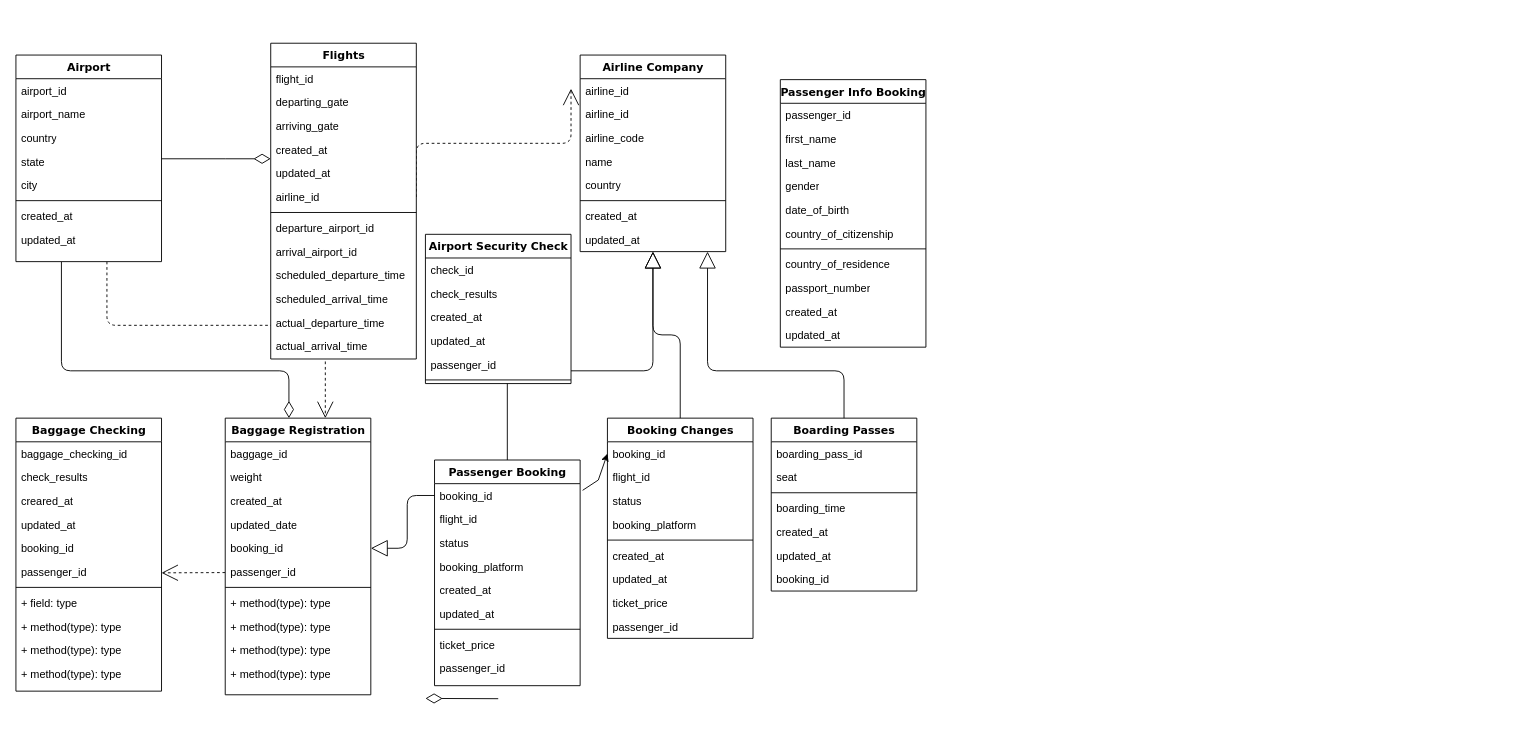
AnyokaCS/DBMS keeps this draw.io diagram as Assignment1-DBMS.drawio. Above is the earlier version. Source tidied: cells renumbered, new cells numbered last; positions are measured from the earlier drawing's top-left corner, leaving out a move shared by most shapes. Both pictures are drawn from the tidied source at 91%, with x=0, y=0 at pixel (15, 43).
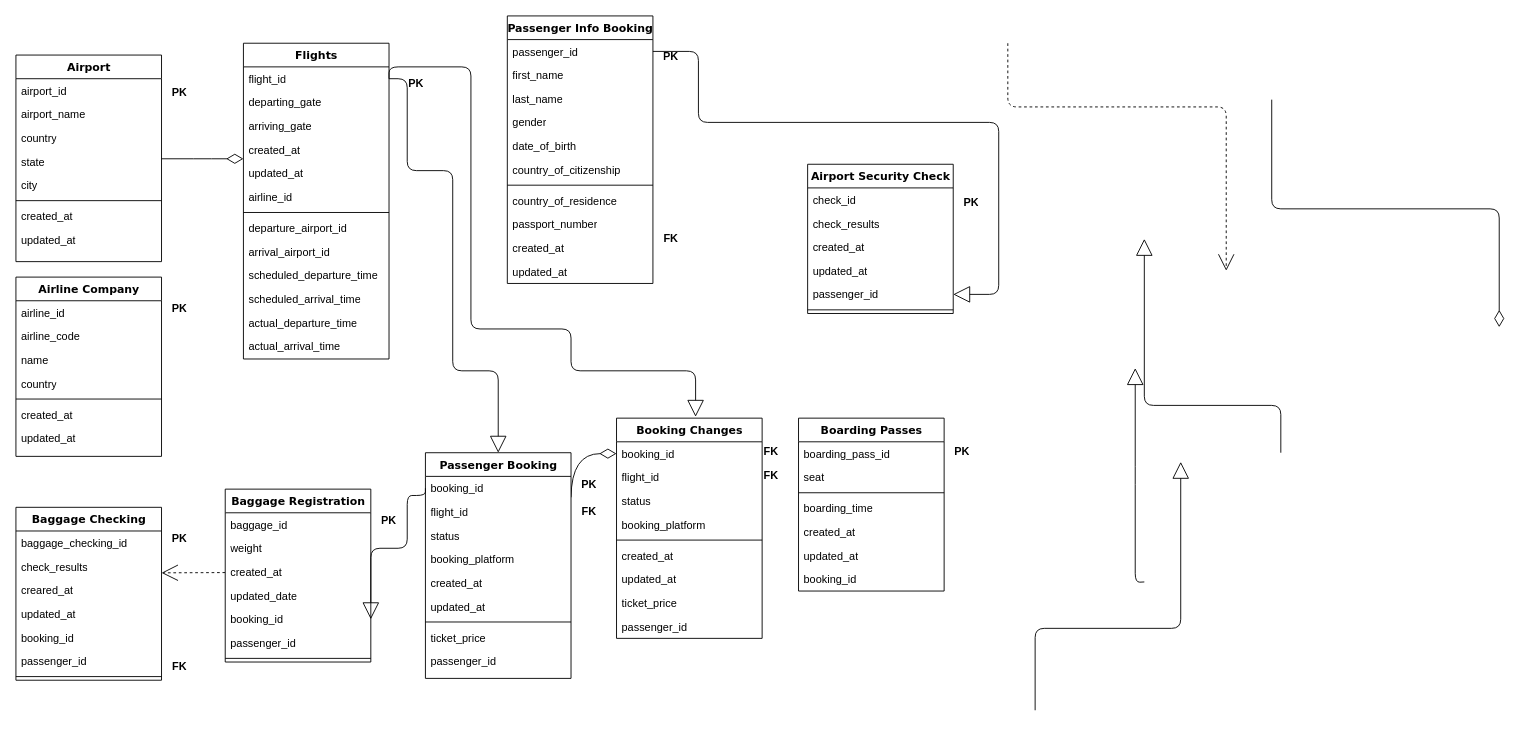
After the change.

Unchanged cells that the change refers to:
```xml
<mxCell id="4" value="Airport" style="swimlane;html=1;fontStyle=1;align=center;verticalAlign=top;horizontal=1;startSize=26;swimlaneFillColor=#ffffff;rounded=0;shadow=0;comic=0;labelBackgroundColor=none;strokeWidth=1;fillColor=none;fontFamily=Verdana;fontSize=12;" parent="1" vertex="1">
  <mxGeometry y="13" width="160" height="227" as="geometry" />
</mxCell>
<mxCell id="15" value="flight_id" style="text;html=1;strokeColor=none;fillColor=none;align=left;verticalAlign=top;spacingLeft=4;spacingRight=4;whiteSpace=wrap;overflow=hidden;points=[[0,0.5],[1,0.5]];portConstraint=eastwest;labelBackgroundColor=none;" parent="14" vertex="1">
  <mxGeometry y="26" width="160" height="26" as="geometry" />
</mxCell>
<mxCell id="20" value="airline_id" style="text;html=1;strokeColor=none;fillColor=none;align=left;verticalAlign=top;spacingLeft=4;spacingRight=4;whiteSpace=wrap;overflow=hidden;points=[[0,0.5],[1,0.5]];portConstraint=eastwest;labelBackgroundColor=none;" parent="14" vertex="1">
  <mxGeometry y="156" width="160" height="26" as="geometry" />
</mxCell>
<mxCell id="65" value="booking_id" style="text;html=1;strokeColor=none;fillColor=none;align=left;verticalAlign=top;spacingLeft=4;spacingRight=4;whiteSpace=wrap;overflow=hidden;points=[[0,0.5],[1,0.5]];portConstraint=eastwest;labelBackgroundColor=none;" parent="64" vertex="1">
  <mxGeometry y="26" width="160" height="26" as="geometry" />
</mxCell>
<mxCell id="76" value="booking_id" style="text;html=1;strokeColor=none;fillColor=none;align=left;verticalAlign=top;spacingLeft=4;spacingRight=4;whiteSpace=wrap;overflow=hidden;points=[[0,0.5],[1,0.5]];portConstraint=eastwest;labelBackgroundColor=none;" parent="75" vertex="1">
  <mxGeometry y="26" width="160" height="26" as="geometry" />
</mxCell>
<mxCell id="96" value="passenger_id" style="text;html=1;strokeColor=none;fillColor=none;align=left;verticalAlign=top;spacingLeft=4;spacingRight=4;whiteSpace=wrap;overflow=hidden;points=[[0,0.5],[1,0.5]];portConstraint=eastwest;labelBackgroundColor=none;" parent="95" vertex="1">
  <mxGeometry y="26" width="160" height="26" as="geometry" />
</mxCell>
<mxCell id="112" value="passenger_id" style="text;html=1;strokeColor=none;fillColor=none;align=left;verticalAlign=top;spacingLeft=4;spacingRight=4;whiteSpace=wrap;overflow=hidden;points=[[0,0.5],[1,0.5]];portConstraint=eastwest;labelBackgroundColor=none;" parent="107" vertex="1">
  <mxGeometry y="130" width="160" height="26" as="geometry" />
</mxCell>
```

What changed in the source:
```diff
@@
-    <mxCell id="2" style="edgeStyle=orthogonalEdgeStyle;html=1;labelBackgroundColor=none;startFill=0;startSize=8;endArrow=open;endFill=0;endSize=16;fontFamily=Verdana;fontSize=12;dashed=1;fontColor=default;" parent="1" edge="1" source="4" target="51">
+    <mxCell id="2" style="edgeStyle=orthogonalEdgeStyle;html=1;labelBackgroundColor=none;startFill=0;startSize=8;endArrow=open;endFill=0;endSize=16;fontFamily=Verdana;fontSize=12;dashed=1;fontColor=default;" parent="1" edge="1">
       <mxGeometry relative="1" as="geometry">
+        <mxPoint x="1090" as="sourcePoint" />
+        <mxPoint x="1330" y="250" as="targetPoint" />
         <Array as="points">
-          <mxPoint x="100" y="310" />
-          <mxPoint x="340" y="310" />
+          <mxPoint x="1090" y="70" />
+          <mxPoint x="1330" y="70" />
         </Array>
       </mxGeometry>
     </mxCell>
-    <mxCell id="3" style="edgeStyle=orthogonalEdgeStyle;html=1;labelBackgroundColor=none;startFill=0;startSize=8;endArrow=diamondThin;endFill=0;endSize=16;fontFamily=Verdana;fontSize=12;fontColor=default;" parent="1" edge="1" source="4" target="51">
+    <mxCell id="3" style="edgeStyle=orthogonalEdgeStyle;html=1;labelBackgroundColor=none;startFill=0;startSize=8;endArrow=diamondThin;endFill=0;endSize=16;fontFamily=Verdana;fontSize=12;fontColor=default;" parent="1" edge="1">
       <mxGeometry relative="1" as="geometry">
+        <mxPoint x="1380" y="62" as="sourcePoint" />
+        <mxPoint x="1630" y="312" as="targetPoint" />
         <Array as="points">
-          <mxPoint x="50" y="360" />
-          <mxPoint x="300" y="360" />
+          <mxPoint x="1379.9" y="182" />
+          <mxPoint x="1629.9" y="182" />
         </Array>
       </mxGeometry>
     </mxCell>
@@
-    <mxCell id="13" style="edgeStyle=elbowEdgeStyle;html=1;labelBackgroundColor=none;startFill=0;startSize=8;endArrow=open;endFill=0;endSize=16;fontFamily=Verdana;fontSize=12;elbow=vertical;dashed=1;fontColor=default;exitX=1;exitY=0.5;exitDx=0;exitDy=0;" parent="1" edge="1" source="20">
-      <mxGeometry relative="1" as="geometry">
-        <mxPoint x="610" y="50" as="targetPoint" />
-        <Array as="points">
-          <mxPoint x="530" y="110" />
-        </Array>
-      </mxGeometry>
-    </mxCell>
     <mxCell id="14" value="Flights" style="swimlane;html=1;fontStyle=1;align=center;verticalAlign=top;horizontal=1;startSize=26;swimlaneFillColor=#ffffff;rounded=0;shadow=0;comic=0;labelBackgroundColor=none;strokeWidth=1;fillColor=none;fontFamily=Verdana;fontSize=12;" parent="1" vertex="1">
-      <mxGeometry x="280" width="160" height="347" as="geometry" />
+      <mxGeometry x="250" width="160" height="347" as="geometry" />
     </mxCell>
@@
     <mxCell id="28" value="Airline Company" style="swimlane;html=1;fontStyle=1;align=center;verticalAlign=top;horizontal=1;startSize=26;swimlaneFillColor=#ffffff;rounded=0;shadow=0;comic=0;labelBackgroundColor=none;strokeWidth=1;fillColor=none;fontFamily=Verdana;fontSize=12;" parent="1" vertex="1">
-      <mxGeometry x="620" y="13" width="160" height="216" as="geometry" />
+      <mxGeometry y="257" width="160" height="197" as="geometry" />
     </mxCell>
@@
-    <mxCell id="30" value="airline_id" style="text;html=1;strokeColor=none;fillColor=none;align=left;verticalAlign=top;spacingLeft=4;spacingRight=4;whiteSpace=wrap;overflow=hidden;labelBackgroundColor=none;" parent="28" vertex="1">
-      <mxGeometry y="52" width="160" height="26" as="geometry" />
-    </mxCell>
     <mxCell id="31" value="airline_code" style="text;html=1;strokeColor=none;fillColor=none;align=left;verticalAlign=top;spacingLeft=4;spacingRight=4;whiteSpace=wrap;overflow=hidden;labelBackgroundColor=none;" parent="28" vertex="1">
-      <mxGeometry y="78" width="160" height="26" as="geometry" />
+      <mxGeometry y="52" width="160" height="26" as="geometry" />
     </mxCell>
     <mxCell id="32" value="name" style="text;html=1;strokeColor=none;fillColor=none;align=left;verticalAlign=top;spacingLeft=4;spacingRight=4;whiteSpace=wrap;overflow=hidden;labelBackgroundColor=none;" parent="28" vertex="1">
-      <mxGeometry y="104" width="160" height="26" as="geometry" />
+      <mxGeometry y="78" width="160" height="26" as="geometry" />
     </mxCell>
     <mxCell id="33" value="country" style="text;html=1;strokeColor=none;fillColor=none;align=left;verticalAlign=top;spacingLeft=4;spacingRight=4;whiteSpace=wrap;overflow=hidden;labelBackgroundColor=none;" parent="28" vertex="1">
-      <mxGeometry y="130" width="160" height="26" as="geometry" />
+      <mxGeometry y="104" width="160" height="26" as="geometry" />
     </mxCell>
     <mxCell id="34" style="line;html=1;strokeWidth=1;fillColor=none;align=left;verticalAlign=middle;spacingTop=-1;spacingLeft=3;spacingRight=3;labelPosition=right;labelBackgroundColor=none;" parent="28" vertex="1">
-      <mxGeometry y="156" width="160" height="8" as="geometry" />
+      <mxGeometry y="130" width="160" height="8" as="geometry" />
     </mxCell>
     <mxCell id="35" value="created_at" style="text;html=1;strokeColor=none;fillColor=none;align=left;verticalAlign=top;spacingLeft=4;spacingRight=4;whiteSpace=wrap;overflow=hidden;labelBackgroundColor=none;" parent="28" vertex="1">
-      <mxGeometry y="164" width="160" height="26" as="geometry" />
+      <mxGeometry y="138" width="160" height="26" as="geometry" />
     </mxCell>
     <mxCell id="36" value="updated_at" style="text;html=1;strokeColor=none;fillColor=none;align=left;verticalAlign=top;spacingLeft=4;spacingRight=4;whiteSpace=wrap;overflow=hidden;labelBackgroundColor=none;" parent="28" vertex="1">
-      <mxGeometry y="190" width="160" height="26" as="geometry" />
+      <mxGeometry y="164" width="160" height="26" as="geometry" />
     </mxCell>
@@
     <mxCell id="38" value="Baggage Checking" style="swimlane;html=1;fontStyle=1;align=center;verticalAlign=top;horizontal=1;startSize=26;swimlaneFillColor=#ffffff;rounded=0;shadow=0;comic=0;labelBackgroundColor=none;strokeWidth=1;fillColor=none;fontFamily=Verdana;fontSize=12;" parent="1" vertex="1">
-      <mxGeometry y="412" width="160" height="300" as="geometry" />
+      <mxGeometry y="510" width="160" height="190" as="geometry" />
     </mxCell>
@@
-    <mxCell id="46" value="+ field: type" style="text;html=1;strokeColor=none;fillColor=none;align=left;verticalAlign=top;spacingLeft=4;spacingRight=4;whiteSpace=wrap;overflow=hidden;labelBackgroundColor=none;" parent="38" vertex="1">
-      <mxGeometry y="190" width="160" height="26" as="geometry" />
-    </mxCell>
-    <mxCell id="47" value="+ method(type): type" style="text;html=1;strokeColor=none;fillColor=none;align=left;verticalAlign=top;spacingLeft=4;spacingRight=4;whiteSpace=wrap;overflow=hidden;labelBackgroundColor=none;" parent="38" vertex="1">
-      <mxGeometry y="216" width="160" height="26" as="geometry" />
-    </mxCell>
-    <mxCell id="48" value="+ method(type): type" style="text;html=1;strokeColor=none;fillColor=none;align=left;verticalAlign=top;spacingLeft=4;spacingRight=4;whiteSpace=wrap;overflow=hidden;labelBackgroundColor=none;" parent="38" vertex="1">
-      <mxGeometry y="242" width="160" height="26" as="geometry" />
-    </mxCell>
-    <mxCell id="49" value="+ method(type): type" style="text;html=1;strokeColor=none;fillColor=none;align=left;verticalAlign=top;spacingLeft=4;spacingRight=4;whiteSpace=wrap;overflow=hidden;labelBackgroundColor=none;" parent="38" vertex="1">
-      <mxGeometry y="268" width="160" height="26" as="geometry" />
-    </mxCell>
-    <mxCell id="50" style="edgeStyle=elbowEdgeStyle;html=1;labelBackgroundColor=none;startFill=0;startSize=8;endArrow=diamondThin;endFill=0;endSize=16;fontFamily=Verdana;fontSize=12;elbow=vertical;fontColor=default;entryX=1;entryY=0.5;entryDx=0;entryDy=0;" parent="1" edge="1">
+    <mxCell id="50" style="html=1;labelBackgroundColor=none;startFill=0;startSize=8;endArrow=diamondThin;endFill=0;endSize=16;fontFamily=Verdana;fontSize=12;elbow=vertical;fontColor=default;entryX=0;entryY=0.5;entryDx=0;entryDy=0;edgeStyle=orthogonalEdgeStyle;curved=1;" parent="1" edge="1" target="76">
       <mxGeometry relative="1" as="geometry">
-        <mxPoint x="530" y="720.3" as="sourcePoint" />
-        <mxPoint x="450" y="720" as="targetPoint" />
+        <mxPoint x="610" y="499" as="sourcePoint" />
       </mxGeometry>
     </mxCell>
     <mxCell id="51" value="Baggage Registration" style="swimlane;html=1;fontStyle=1;align=center;verticalAlign=top;horizontal=1;startSize=26;swimlaneFillColor=#ffffff;rounded=0;shadow=0;comic=0;labelBackgroundColor=none;strokeWidth=1;fillColor=none;fontFamily=Verdana;fontSize=12;" parent="1" vertex="1">
-      <mxGeometry x="230" y="412" width="160" height="304" as="geometry" />
+      <mxGeometry x="230" y="490" width="160" height="190" as="geometry" />
     </mxCell>
@@
-    <mxCell id="59" value="+ method(type): type" style="text;html=1;strokeColor=none;fillColor=none;align=left;verticalAlign=top;spacingLeft=4;spacingRight=4;whiteSpace=wrap;overflow=hidden;labelBackgroundColor=none;" parent="51" vertex="1">
-      <mxGeometry y="190" width="160" height="26" as="geometry" />
-    </mxCell>
-    <mxCell id="60" value="+ method(type): type" style="text;html=1;strokeColor=none;fillColor=none;align=left;verticalAlign=top;spacingLeft=4;spacingRight=4;whiteSpace=wrap;overflow=hidden;labelBackgroundColor=none;" parent="51" vertex="1">
-      <mxGeometry y="216" width="160" height="26" as="geometry" />
-    </mxCell>
-    <mxCell id="61" value="+ method(type): type" style="text;html=1;strokeColor=none;fillColor=none;align=left;verticalAlign=top;spacingLeft=4;spacingRight=4;whiteSpace=wrap;overflow=hidden;labelBackgroundColor=none;" parent="51" vertex="1">
-      <mxGeometry y="242" width="160" height="26" as="geometry" />
-    </mxCell>
-    <mxCell id="62" value="+ method(type): type" style="text;html=1;strokeColor=none;fillColor=none;align=left;verticalAlign=top;spacingLeft=4;spacingRight=4;whiteSpace=wrap;overflow=hidden;labelBackgroundColor=none;" parent="51" vertex="1">
-      <mxGeometry y="268" width="160" height="26" as="geometry" />
-    </mxCell>
-    <mxCell id="63" style="edgeStyle=orthogonalEdgeStyle;html=1;labelBackgroundColor=none;startFill=0;startSize=8;endArrow=block;endFill=0;endSize=16;fontFamily=Verdana;fontSize=12;fontColor=default;" parent="1" edge="1" source="64" target="28">
+    <mxCell id="63" style="edgeStyle=orthogonalEdgeStyle;html=1;labelBackgroundColor=none;startFill=0;startSize=8;endArrow=block;endFill=0;endSize=16;fontFamily=Verdana;fontSize=12;fontColor=default;" parent="1" edge="1">
       <mxGeometry relative="1" as="geometry">
+        <mxPoint x="1120" y="733" as="sourcePoint" />
+        <mxPoint x="1280" y="460" as="targetPoint" />
         <Array as="points">
-          <mxPoint x="540" y="360" />
-          <mxPoint x="700" y="360" />
+          <mxPoint x="1120" y="643" />
+          <mxPoint x="1280" y="643" />
         </Array>
       </mxGeometry>
     </mxCell>
     <mxCell id="64" value="Passenger Booking" style="swimlane;html=1;fontStyle=1;align=center;verticalAlign=top;horizontal=1;startSize=26;swimlaneFillColor=#ffffff;rounded=0;shadow=0;comic=0;labelBackgroundColor=none;strokeWidth=1;fillColor=none;fontFamily=Verdana;fontSize=12;" parent="1" vertex="1">
-      <mxGeometry x="460" y="458" width="160" height="248" as="geometry" />
+      <mxGeometry x="450" y="450" width="160" height="248" as="geometry" />
     </mxCell>
@@
-    <mxCell id="74" style="edgeStyle=orthogonalEdgeStyle;html=1;labelBackgroundColor=none;startFill=0;startSize=8;endArrow=block;endFill=0;endSize=16;fontFamily=Verdana;fontSize=12;fontColor=default;" parent="1" edge="1" source="75" target="28">
-      <mxGeometry relative="1" as="geometry" />
+    <mxCell id="74" style="edgeStyle=orthogonalEdgeStyle;html=1;labelBackgroundColor=none;startFill=0;startSize=8;endArrow=block;endFill=0;endSize=16;fontFamily=Verdana;fontSize=12;fontColor=default;exitX=1;exitY=0.5;exitDx=0;exitDy=0;entryX=0.5;entryY=0;entryDx=0;entryDy=0;" parent="1" edge="1" source="15" target="64">
+      <mxGeometry relative="1" as="geometry">
+        <Array as="points">
+          <mxPoint x="430" y="39" />
+          <mxPoint x="430" y="140" />
+          <mxPoint x="480" y="140" />
+          <mxPoint x="480" y="360" />
+          <mxPoint x="530" y="360" />
+        </Array>
+      </mxGeometry>
     </mxCell>
     <mxCell id="75" value="Booking Changes" style="swimlane;html=1;fontStyle=1;align=center;verticalAlign=top;horizontal=1;startSize=26;swimlaneFillColor=#ffffff;rounded=0;shadow=0;comic=0;labelBackgroundColor=none;strokeWidth=1;fillColor=none;fontFamily=Verdana;fontSize=12;" parent="1" vertex="1">
-      <mxGeometry x="650" y="412" width="160" height="242" as="geometry" />
+      <mxGeometry x="660" y="412" width="160" height="242" as="geometry" />
     </mxCell>
@@
-    <mxCell id="85" style="edgeStyle=orthogonalEdgeStyle;html=1;labelBackgroundColor=none;startFill=0;startSize=8;endArrow=block;endFill=0;endSize=16;fontFamily=Verdana;fontSize=12;fontColor=default;" parent="1" edge="1" source="86" target="28">
+    <mxCell id="85" style="edgeStyle=orthogonalEdgeStyle;html=1;labelBackgroundColor=none;startFill=0;startSize=8;endArrow=block;endFill=0;endSize=16;fontFamily=Verdana;fontSize=12;fontColor=default;" parent="1" edge="1">
       <mxGeometry relative="1" as="geometry">
+        <mxPoint x="1390" y="450" as="sourcePoint" />
+        <mxPoint x="1240" y="215" as="targetPoint" />
         <Array as="points">
-          <mxPoint x="910" y="360" />
-          <mxPoint x="760" y="360" />
+          <mxPoint x="1390" y="398" />
+          <mxPoint x="1240" y="398" />
         </Array>
       </mxGeometry>
     </mxCell>
     <mxCell id="86" value="Boarding Passes" style="swimlane;html=1;fontStyle=1;align=center;verticalAlign=top;horizontal=1;startSize=26;swimlaneFillColor=#ffffff;rounded=0;shadow=0;comic=0;labelBackgroundColor=none;strokeWidth=1;fillColor=none;fontFamily=Verdana;fontSize=12;" parent="1" vertex="1">
-      <mxGeometry x="830" y="412" width="160" height="190" as="geometry" />
+      <mxGeometry x="860" y="412" width="160" height="190" as="geometry" />
     </mxCell>
@@
     <mxCell id="95" value="Passenger Info Booking" style="swimlane;html=1;fontStyle=1;align=center;verticalAlign=top;horizontal=1;startSize=26;swimlaneFillColor=#ffffff;rounded=0;shadow=0;comic=0;labelBackgroundColor=none;strokeWidth=1;fillColor=none;fontFamily=Verdana;fontSize=12;" parent="1" vertex="1">
-      <mxGeometry x="840" y="40" width="160" height="294" as="geometry" />
+      <mxGeometry x="540" y="-30" width="160" height="294" as="geometry" />
     </mxCell>
@@
     <mxCell id="107" value="Airport Security Check" style="swimlane;html=1;fontStyle=1;align=center;verticalAlign=top;horizontal=1;startSize=26;swimlaneFillColor=#ffffff;rounded=0;shadow=0;comic=0;labelBackgroundColor=none;strokeWidth=1;fillColor=none;fontFamily=Verdana;fontSize=12;" parent="1" vertex="1">
-      <mxGeometry x="450" y="210" width="160" height="164" as="geometry" />
+      <mxGeometry x="870" y="133" width="160" height="164" as="geometry" />
     </mxCell>
@@
-    <mxCell id="115" style="endArrow=classic;html=1;rounded=0;entryX=0;entryY=0.5;entryDx=0;entryDy=0;exitX=1.017;exitY=0.282;exitDx=0;exitDy=0;exitPerimeter=0;" parent="1" edge="1" source="65" target="76">
-      <mxGeometry relative="1" as="geometry">
-        <Array as="points">
-          <mxPoint x="640" y="480" />
-        </Array>
-      </mxGeometry>
-    </mxCell>
+    <mxCell id="116" value="PK" style="shape=partialRectangle;fillColor=none;top=0;left=0;bottom=0;right=0;fontStyle=1;overflow=hidden;whiteSpace=wrap;html=1;" parent="1" vertex="1">
+      <mxGeometry x="160" y="40" width="40" height="30" as="geometry" />
+    </mxCell>
+    <mxCell id="117" value="PK" style="shape=partialRectangle;fillColor=none;top=0;left=0;bottom=0;right=0;fontStyle=1;overflow=hidden;whiteSpace=wrap;html=1;" parent="1" vertex="1">
+      <mxGeometry x="420" y="30" width="40" height="30" as="geometry" />
+    </mxCell>
+    <mxCell id="118" value="PK" style="shape=partialRectangle;fillColor=none;top=0;left=0;bottom=0;right=0;fontStyle=1;overflow=hidden;whiteSpace=wrap;html=1;" parent="1" vertex="1">
+      <mxGeometry x="610" y="470" width="40" height="30" as="geometry" />
+    </mxCell>
+    <mxCell id="119" value="FK" style="shape=partialRectangle;fillColor=none;top=0;left=0;bottom=0;right=0;fontStyle=1;overflow=hidden;whiteSpace=wrap;html=1;" parent="1" vertex="1">
+      <mxGeometry x="810" y="434" width="40" height="30" as="geometry" />
+    </mxCell>
+    <mxCell id="120" value="PK" style="shape=partialRectangle;fillColor=none;top=0;left=0;bottom=0;right=0;fontStyle=1;overflow=hidden;whiteSpace=wrap;html=1;" parent="1" vertex="1">
+      <mxGeometry x="390" y="510" width="40" height="30" as="geometry" />
+    </mxCell>
+    <mxCell id="121" value="PK" style="shape=partialRectangle;fillColor=none;top=0;left=0;bottom=0;right=0;fontStyle=1;overflow=hidden;whiteSpace=wrap;html=1;" parent="1" vertex="1">
+      <mxGeometry x="1020" y="434" width="40" height="30" as="geometry" />
+    </mxCell>
+    <mxCell id="122" value="FK" style="shape=partialRectangle;fillColor=none;top=0;left=0;bottom=0;right=0;fontStyle=1;overflow=hidden;whiteSpace=wrap;html=1;" parent="1" vertex="1">
+      <mxGeometry x="810" y="460" width="40" height="30" as="geometry" />
+    </mxCell>
+    <mxCell id="123" value="FK" style="shape=partialRectangle;fillColor=none;top=0;left=0;bottom=0;right=0;fontStyle=1;overflow=hidden;whiteSpace=wrap;html=1;" parent="1" vertex="1">
+      <mxGeometry x="610" y="500" width="40" height="30" as="geometry" />
+    </mxCell>
+    <mxCell id="124" value="PK" style="shape=partialRectangle;fillColor=none;top=0;left=0;bottom=0;right=0;fontStyle=1;overflow=hidden;whiteSpace=wrap;html=1;" parent="1" vertex="1">
+      <mxGeometry x="160" y="530" width="40" height="30" as="geometry" />
+    </mxCell>
+    <mxCell id="125" value="PK" style="shape=partialRectangle;fillColor=none;top=0;left=0;bottom=0;right=0;fontStyle=1;overflow=hidden;whiteSpace=wrap;html=1;" parent="1" vertex="1">
+      <mxGeometry x="1030" y="160" width="40" height="30" as="geometry" />
+    </mxCell>
+    <mxCell id="126" value="PK" style="shape=partialRectangle;fillColor=none;top=0;left=0;bottom=0;right=0;fontStyle=1;overflow=hidden;whiteSpace=wrap;html=1;" parent="1" vertex="1">
+      <mxGeometry x="160" y="277" width="40" height="30" as="geometry" />
+    </mxCell>
+    <mxCell id="127" value="PK" style="shape=partialRectangle;fillColor=none;top=0;left=0;bottom=0;right=0;fontStyle=1;overflow=hidden;whiteSpace=wrap;html=1;" parent="1" vertex="1">
+      <mxGeometry x="700" width="40" height="30" as="geometry" />
+    </mxCell>
+    <mxCell id="128" value="FK" style="shape=partialRectangle;fillColor=none;top=0;left=0;bottom=0;right=0;fontStyle=1;overflow=hidden;whiteSpace=wrap;html=1;" parent="1" vertex="1">
+      <mxGeometry x="160" y="670" width="40" height="30" as="geometry" />
+    </mxCell>
+    <mxCell id="129" value="FK" style="shape=partialRectangle;fillColor=none;top=0;left=0;bottom=0;right=0;fontStyle=1;overflow=hidden;whiteSpace=wrap;html=1;" parent="1" vertex="1">
+      <mxGeometry x="700" y="200" width="40" height="30" as="geometry" />
+    </mxCell>
+    <mxCell id="130" style="edgeStyle=orthogonalEdgeStyle;html=1;labelBackgroundColor=none;startFill=0;startSize=8;endArrow=block;endFill=0;endSize=16;fontFamily=Verdana;fontSize=12;fontColor=default;entryX=1;entryY=0.5;entryDx=0;entryDy=0;" parent="1" edge="1" source="96" target="112">
+      <mxGeometry relative="1" as="geometry">
+        <Array as="points">
+          <mxPoint x="750" y="9" />
+          <mxPoint x="750" y="87" />
+          <mxPoint x="1080" y="87" />
+          <mxPoint x="1080" y="276" />
+        </Array>
+      </mxGeometry>
+    </mxCell>
+    <mxCell id="131" style="edgeStyle=orthogonalEdgeStyle;html=1;labelBackgroundColor=none;startFill=0;startSize=8;endArrow=block;endFill=0;endSize=16;fontFamily=Verdana;fontSize=12;fontColor=default;" parent="1" edge="1">
+      <mxGeometry relative="1" as="geometry">
+        <mxPoint x="1240" y="592" as="sourcePoint" />
+        <mxPoint x="1230" y="357" as="targetPoint" />
+      </mxGeometry>
+    </mxCell>
+    <mxCell id="132" style="edgeStyle=orthogonalEdgeStyle;html=1;labelBackgroundColor=none;startFill=0;startSize=8;endArrow=block;endFill=0;endSize=16;fontFamily=Verdana;fontSize=12;fontColor=default;exitX=1;exitY=0.5;exitDx=0;exitDy=0;entryX=0.543;entryY=-0.006;entryDx=0;entryDy=0;entryPerimeter=0;" parent="1" edge="1" source="15" target="75">
+      <mxGeometry relative="1" as="geometry">
+        <Array as="points">
+          <mxPoint x="410" y="26" />
+          <mxPoint x="500" y="26" />
+          <mxPoint x="500" y="314" />
+          <mxPoint x="610" y="314" />
+          <mxPoint x="610" y="360" />
+          <mxPoint x="747" y="360" />
+        </Array>
+      </mxGeometry>
+    </mxCell>
```
